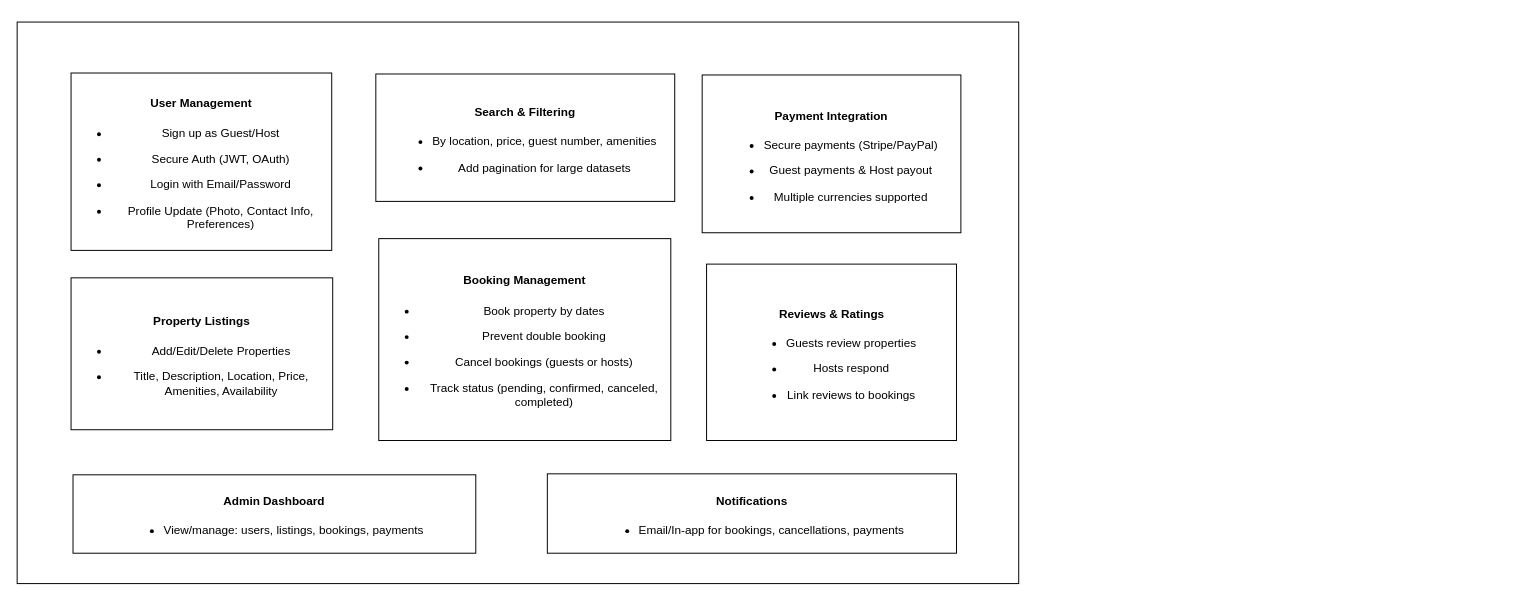
Before: projet-documentation.drawio in DaviesBrown/agent-zero-demo, a draw.io diagram. Source tidied: cells renumbered, new cells numbered last; positions are measured from the earlier drawing's top-left corner, leaving out a move shared by most shapes. Both pictures are drawn from the tidied source at 98%, with x=0, y=0 at pixel (17, 22).
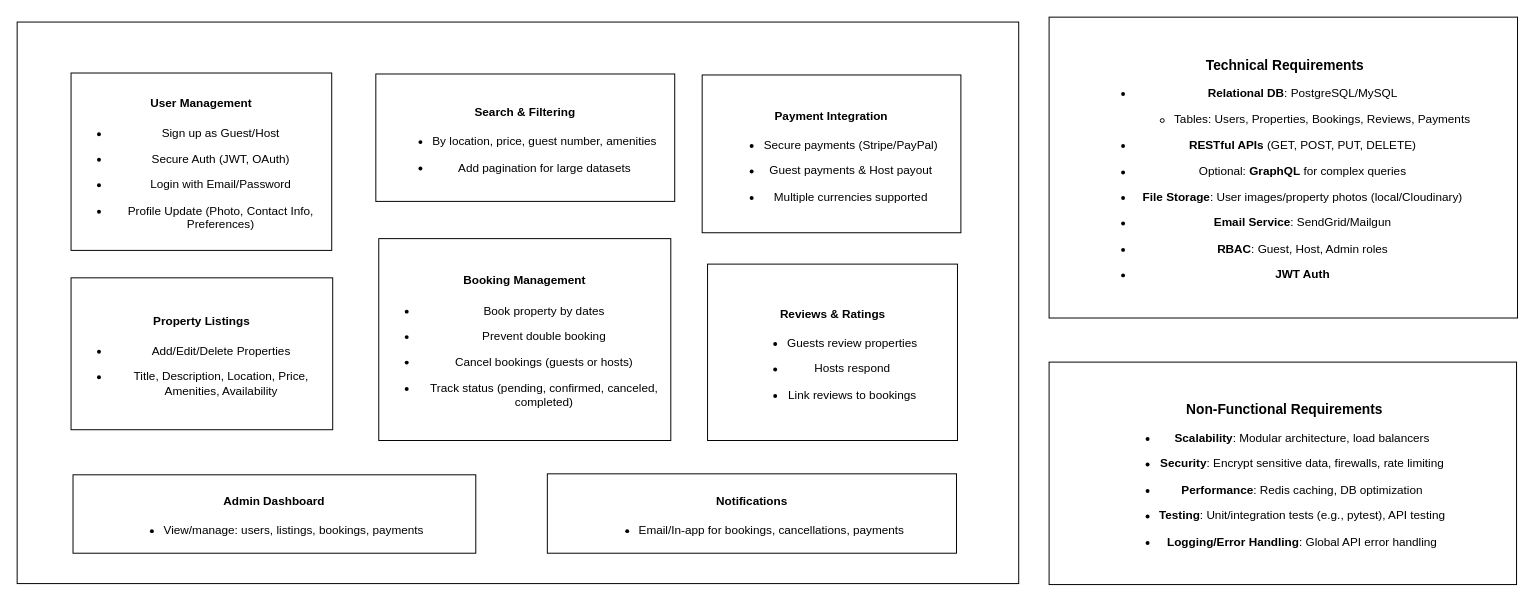
The same page after the edit.

Diff of the diagram source:
```diff
@@
 <mxGraphModel>
   <root>
     <mxCell id="0" />
     <mxCell id="1" parent="0" />
     <mxCell id="2" style="rounded=0;whiteSpace=wrap;html=1;" parent="1" vertex="1">
       <mxGeometry width="1022" height="573" as="geometry" />
     </mxCell>
     <mxCell id="3" value="&lt;h4 class=&quot;&quot;&gt;&lt;strong&gt;User Management&lt;/strong&gt;&lt;/h4&gt;&lt;ul&gt;&lt;li class=&quot;&quot;&gt;&lt;p class=&quot;&quot;&gt;Sign up as Guest/Host&lt;/p&gt;&lt;/li&gt;&lt;li class=&quot;&quot;&gt;&lt;p class=&quot;&quot;&gt;Secure Auth (JWT, OAuth)&lt;/p&gt;&lt;/li&gt;&lt;li class=&quot;&quot;&gt;&lt;p class=&quot;&quot;&gt;Login with Email/Password&lt;/p&gt;&lt;/li&gt;&lt;li class=&quot;&quot;&gt;&lt;p class=&quot;&quot;&gt;Profile Update (Photo, Contact Info, Preferences)&lt;/p&gt;&lt;/li&gt;&lt;/ul&gt;" style="rounded=0;whiteSpace=wrap;html=1;" parent="1" vertex="1">
       <mxGeometry x="55" y="52" width="266" height="181" as="geometry" />
     </mxCell>
     <mxCell id="4" value="&lt;h4 class=&quot;&quot;&gt;&lt;strong&gt;Property Listings&lt;/strong&gt;&lt;/h4&gt;&lt;ul&gt;&lt;li class=&quot;&quot;&gt;&lt;p class=&quot;&quot;&gt;Add/Edit/Delete Properties&lt;/p&gt;&lt;/li&gt;&lt;li class=&quot;&quot;&gt;&lt;p class=&quot;&quot;&gt;Title, Description, Location, Price, Amenities, Availability&lt;/p&gt;&lt;/li&gt;&lt;/ul&gt;" style="rounded=0;whiteSpace=wrap;html=1;" parent="1" vertex="1">
       <mxGeometry x="55" y="261" width="267" height="155" as="geometry" />
     </mxCell>
     <mxCell id="5" value="&lt;h4 class=&quot;&quot;&gt;&lt;strong&gt;Search &amp;amp; Filtering&lt;/strong&gt;&lt;/h4&gt;&lt;ul&gt;&lt;li class=&quot;&quot;&gt;&lt;p class=&quot;&quot;&gt;By location, price, guest number, amenities&lt;/p&gt;&lt;/li&gt;&lt;li class=&quot;&quot;&gt;&lt;p class=&quot;&quot;&gt;Add pagination for large datasets&lt;/p&gt;&lt;/li&gt;&lt;/ul&gt;" style="rounded=0;whiteSpace=wrap;html=1;" parent="1" vertex="1">
       <mxGeometry x="366" y="53" width="305" height="130" as="geometry" />
     </mxCell>
     <mxCell id="6" value="&lt;h4 class=&quot;&quot;&gt;&lt;strong&gt;Booking Management&lt;/strong&gt;&lt;/h4&gt;&lt;ul&gt;&lt;li class=&quot;&quot;&gt;&lt;p class=&quot;&quot;&gt;Book property by dates&lt;/p&gt;&lt;/li&gt;&lt;li class=&quot;&quot;&gt;&lt;p class=&quot;&quot;&gt;Prevent double booking&lt;/p&gt;&lt;/li&gt;&lt;li class=&quot;&quot;&gt;&lt;p class=&quot;&quot;&gt;Cancel bookings (guests or hosts)&lt;/p&gt;&lt;/li&gt;&lt;li class=&quot;&quot;&gt;&lt;p class=&quot;&quot;&gt;Track status (pending, confirmed, canceled, completed)&lt;/p&gt;&lt;/li&gt;&lt;/ul&gt;" style="rounded=0;whiteSpace=wrap;html=1;" parent="1" vertex="1">
       <mxGeometry x="369" y="221" width="298" height="206" as="geometry" />
     </mxCell>
     <mxCell id="7" value="&lt;h4 class=&quot;&quot;&gt;&lt;strong&gt;Payment Integration&lt;/strong&gt;&lt;/h4&gt;&lt;ul&gt;&lt;li class=&quot;&quot;&gt;&lt;p class=&quot;&quot;&gt;Secure payments (Stripe/PayPal)&lt;/p&gt;&lt;/li&gt;&lt;li class=&quot;&quot;&gt;&lt;p class=&quot;&quot;&gt;Guest payments &amp;amp; Host payout&lt;/p&gt;&lt;/li&gt;&lt;li class=&quot;&quot;&gt;&lt;p class=&quot;&quot;&gt;Multiple currencies supported&lt;/p&gt;&lt;/li&gt;&lt;/ul&gt;" style="rounded=0;whiteSpace=wrap;html=1;" parent="1" vertex="1">
       <mxGeometry x="699" y="54" width="264" height="161" as="geometry" />
     </mxCell>
     <mxCell id="8" value="&lt;h4 class=&quot;&quot;&gt;&lt;strong&gt;Reviews &amp;amp; Ratings&lt;/strong&gt;&lt;/h4&gt;&lt;ul&gt;&lt;li class=&quot;&quot;&gt;&lt;p class=&quot;&quot;&gt;Guests review properties&lt;/p&gt;&lt;/li&gt;&lt;li class=&quot;&quot;&gt;&lt;p class=&quot;&quot;&gt;Hosts respond&lt;/p&gt;&lt;/li&gt;&lt;li class=&quot;&quot;&gt;&lt;p class=&quot;&quot;&gt;Link reviews to bookings&lt;/p&gt;&lt;/li&gt;&lt;/ul&gt;" style="rounded=0;whiteSpace=wrap;html=1;" parent="1" vertex="1">
-      <mxGeometry x="703.5" y="247" width="255" height="180" as="geometry" />
+      <mxGeometry x="704.5" y="247" width="255" height="180" as="geometry" />
     </mxCell>
     <mxCell id="9" value="&lt;h4 class=&quot;&quot;&gt;&lt;strong&gt;Notifications&lt;/strong&gt;&lt;/h4&gt;&lt;ul&gt;&lt;li class=&quot;&quot;&gt;&lt;p class=&quot;&quot;&gt;Email/In-app for bookings, cancellations, payments&lt;/p&gt;&lt;/li&gt;&lt;/ul&gt;" style="rounded=0;whiteSpace=wrap;html=1;" parent="1" vertex="1">
       <mxGeometry x="541" y="461" width="417.5" height="81" as="geometry" />
     </mxCell>
     <mxCell id="10" value="&lt;h4 class=&quot;&quot;&gt;&lt;strong&gt;Admin Dashboard&lt;/strong&gt;&lt;/h4&gt;&lt;ul&gt;&lt;li class=&quot;&quot;&gt;&lt;p class=&quot;&quot;&gt;View/manage: users, listings, bookings, payments&lt;/p&gt;&lt;/li&gt;&lt;/ul&gt;" style="rounded=0;whiteSpace=wrap;html=1;" parent="1" vertex="1">
       <mxGeometry x="57" y="462" width="411" height="80" as="geometry" />
     </mxCell>
+    <mxCell id="11" value="&lt;h3 class=&quot;&quot;&gt;&amp;nbsp;Technical Requirements&lt;/h3&gt;&lt;ul&gt;&lt;li class=&quot;&quot;&gt;&lt;p class=&quot;&quot;&gt;&lt;strong&gt;Relational DB&lt;/strong&gt;: PostgreSQL/MySQL&lt;/p&gt;&lt;ul&gt;&lt;li class=&quot;&quot;&gt;&lt;p class=&quot;&quot;&gt;Tables: Users, Properties, Bookings, Reviews, Payments&lt;/p&gt;&lt;/li&gt;&lt;/ul&gt;&lt;/li&gt;&lt;li class=&quot;&quot;&gt;&lt;p class=&quot;&quot;&gt;&lt;strong&gt;RESTful APIs&lt;/strong&gt; (GET, POST, PUT, DELETE)&lt;/p&gt;&lt;/li&gt;&lt;li class=&quot;&quot;&gt;&lt;p class=&quot;&quot;&gt;Optional: &lt;strong&gt;GraphQL&lt;/strong&gt; for complex queries&lt;/p&gt;&lt;/li&gt;&lt;li class=&quot;&quot;&gt;&lt;p class=&quot;&quot;&gt;&lt;strong&gt;File Storage&lt;/strong&gt;: User images/property photos (local/Cloudinary)&lt;/p&gt;&lt;/li&gt;&lt;li class=&quot;&quot;&gt;&lt;p class=&quot;&quot;&gt;&lt;strong&gt;Email Service&lt;/strong&gt;: SendGrid/Mailgun&lt;/p&gt;&lt;/li&gt;&lt;li class=&quot;&quot;&gt;&lt;p class=&quot;&quot;&gt;&lt;strong&gt;RBAC&lt;/strong&gt;: Guest, Host, Admin roles&lt;/p&gt;&lt;/li&gt;&lt;li class=&quot;&quot;&gt;&lt;p class=&quot;&quot;&gt;&lt;strong&gt;JWT Auth&lt;/strong&gt;&lt;/p&gt;&lt;/li&gt;&lt;/ul&gt;" style="rounded=0;whiteSpace=wrap;html=1;" parent="1" vertex="1">
+      <mxGeometry x="1053" y="-5" width="478" height="307" as="geometry" />
+    </mxCell>
+    <mxCell id="12" value="&lt;h3 class=&quot;&quot;&gt;&amp;nbsp;Non-Functional Requirements&lt;/h3&gt;&lt;ul&gt;&lt;li class=&quot;&quot;&gt;&lt;p class=&quot;&quot;&gt;&lt;strong&gt;Scalability&lt;/strong&gt;: Modular architecture, load balancers&lt;/p&gt;&lt;/li&gt;&lt;li class=&quot;&quot;&gt;&lt;p class=&quot;&quot;&gt;&lt;strong&gt;Security&lt;/strong&gt;: Encrypt sensitive data, firewalls, rate limiting&lt;/p&gt;&lt;/li&gt;&lt;li class=&quot;&quot;&gt;&lt;p class=&quot;&quot;&gt;&lt;strong&gt;Performance&lt;/strong&gt;: Redis caching, DB optimization&lt;/p&gt;&lt;/li&gt;&lt;li class=&quot;&quot;&gt;&lt;p class=&quot;&quot;&gt;&lt;strong&gt;Testing&lt;/strong&gt;: Unit/integration tests (e.g., pytest), API testing&lt;/p&gt;&lt;/li&gt;&lt;li class=&quot;&quot;&gt;&lt;p class=&quot;&quot;&gt;&lt;strong&gt;Logging/Error Handling&lt;/strong&gt;: Global API error handling&lt;/p&gt;&lt;/li&gt;&lt;/ul&gt;" style="rounded=0;whiteSpace=wrap;html=1;" parent="1" vertex="1">
+      <mxGeometry x="1053" y="347" width="477" height="227" as="geometry" />
+    </mxCell>
   </root>
 </mxGraphModel>
```
